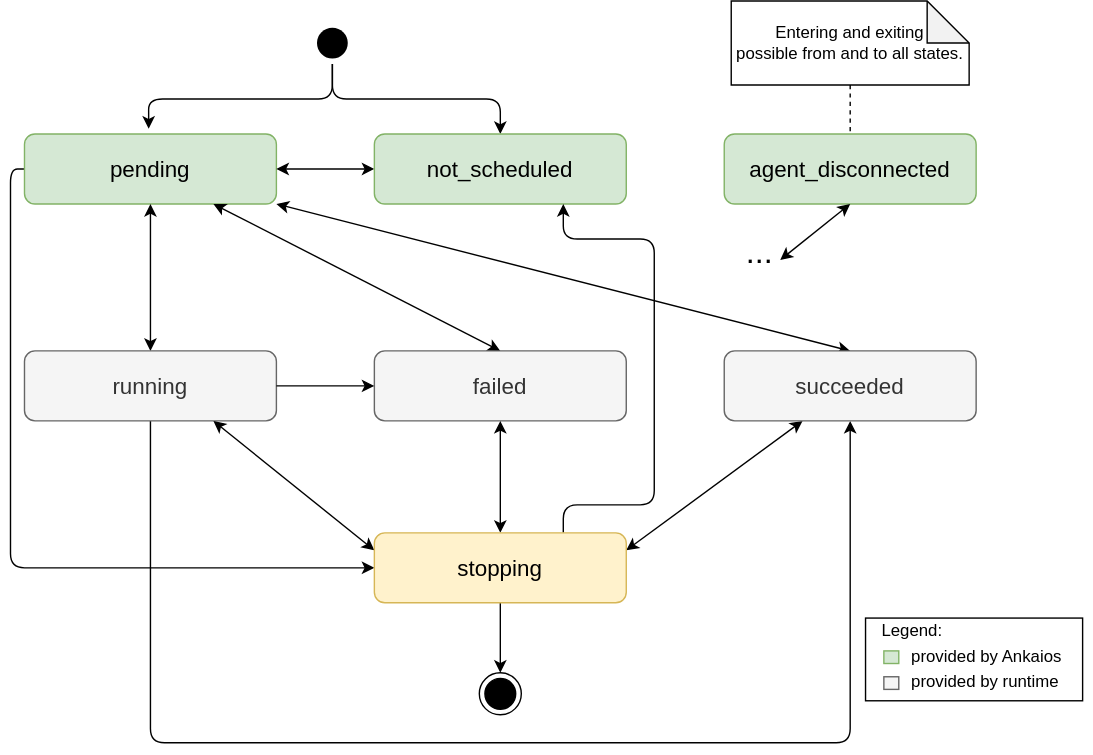
The draw.io diagram common/doc/swdesign/drawio/state_workload_execution_major_states.drawio.svg in eclipse-ankaios/ankaios, before a commit. Source tidied: cells renumbered, new cells last; positions are measured from the earlier drawing's top-left corner, leaving out a move shared by most shapes.
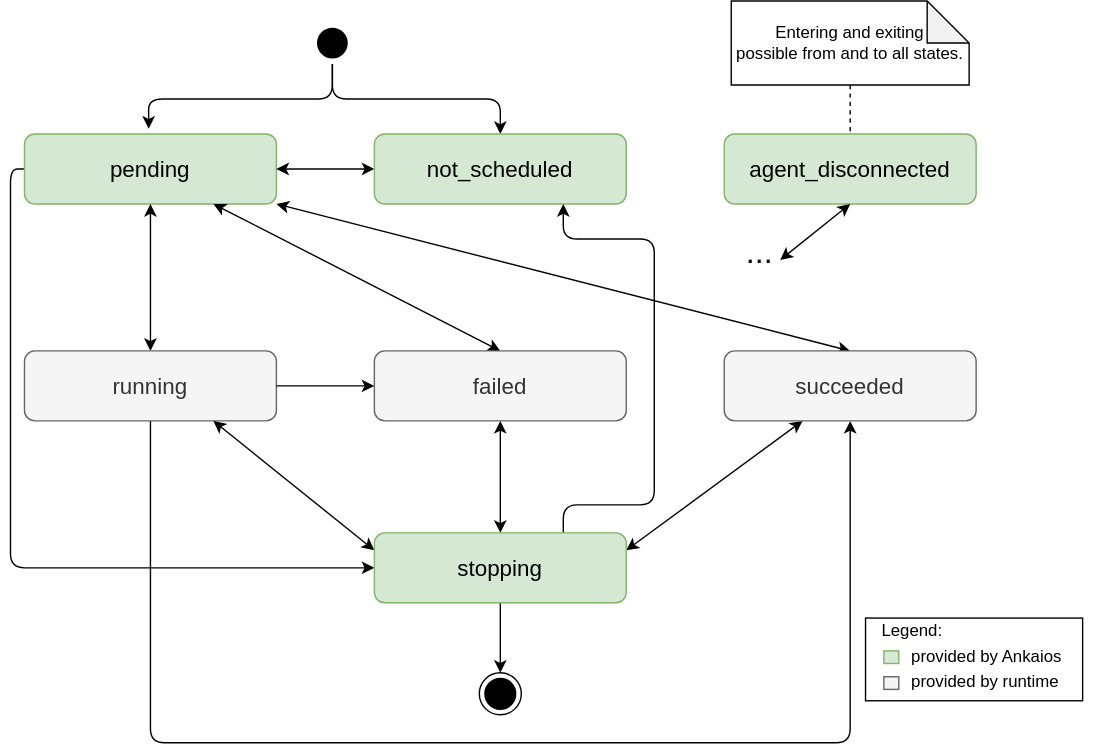
Later version of the same file.

Commit message:
Correct color mapping

Diff of the diagram source:
```diff
@@ -165,7 +165,7 @@
         </Array>
       </mxGeometry>
     </mxCell>
-    <mxCell id="39" value="&lt;font style=&quot;font-size: 16px;&quot;&gt;stopping&lt;br&gt;&lt;/font&gt;" style="rounded=1;whiteSpace=wrap;html=1;strokeColor=#d6b656;fillColor=#fff2cc;" parent="1" vertex="1">
+    <mxCell id="39" value="&lt;font style=&quot;font-size: 16px;&quot;&gt;stopping&lt;br&gt;&lt;/font&gt;" style="rounded=1;whiteSpace=wrap;html=1;strokeColor=#82b366;fillColor=#d5e8d4;" parent="1" vertex="1">
       <mxGeometry x="250" y="380" width="180" height="50" as="geometry" />
     </mxCell>
     <mxCell id="40" style="group;" parent="1" vertex="1">
```
